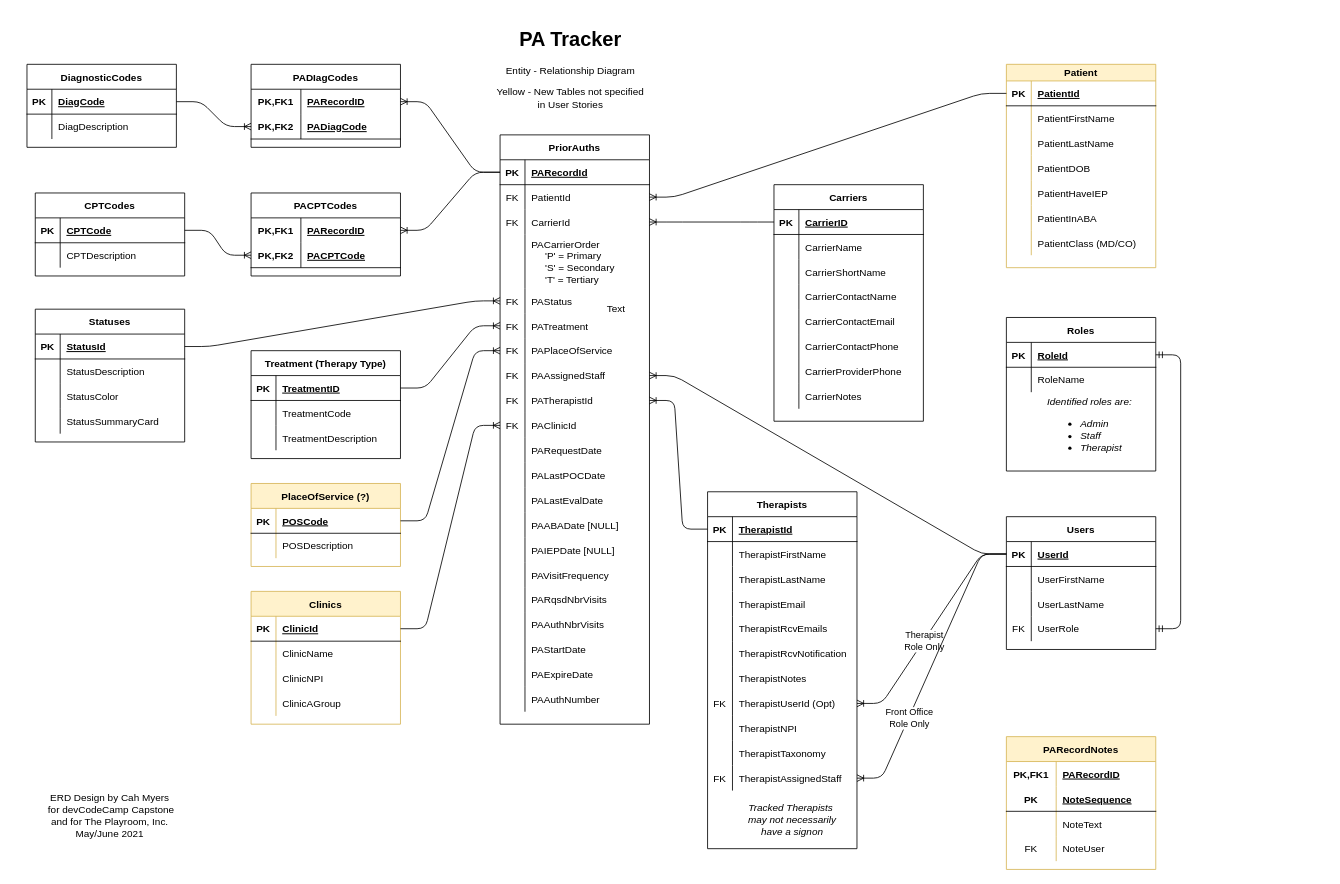
Above: PA_Tracker_Db.drawio in cashmy/PA_Backend (draw.io), before the change. Source tidied: cells renumbered, new cells numbered last; positions are measured from the earlier drawing's top-left corner, leaving out a move shared by most shapes. Both pictures are drawn from the tidied source at 83%, with x=0, y=0 at pixel (14, 22).
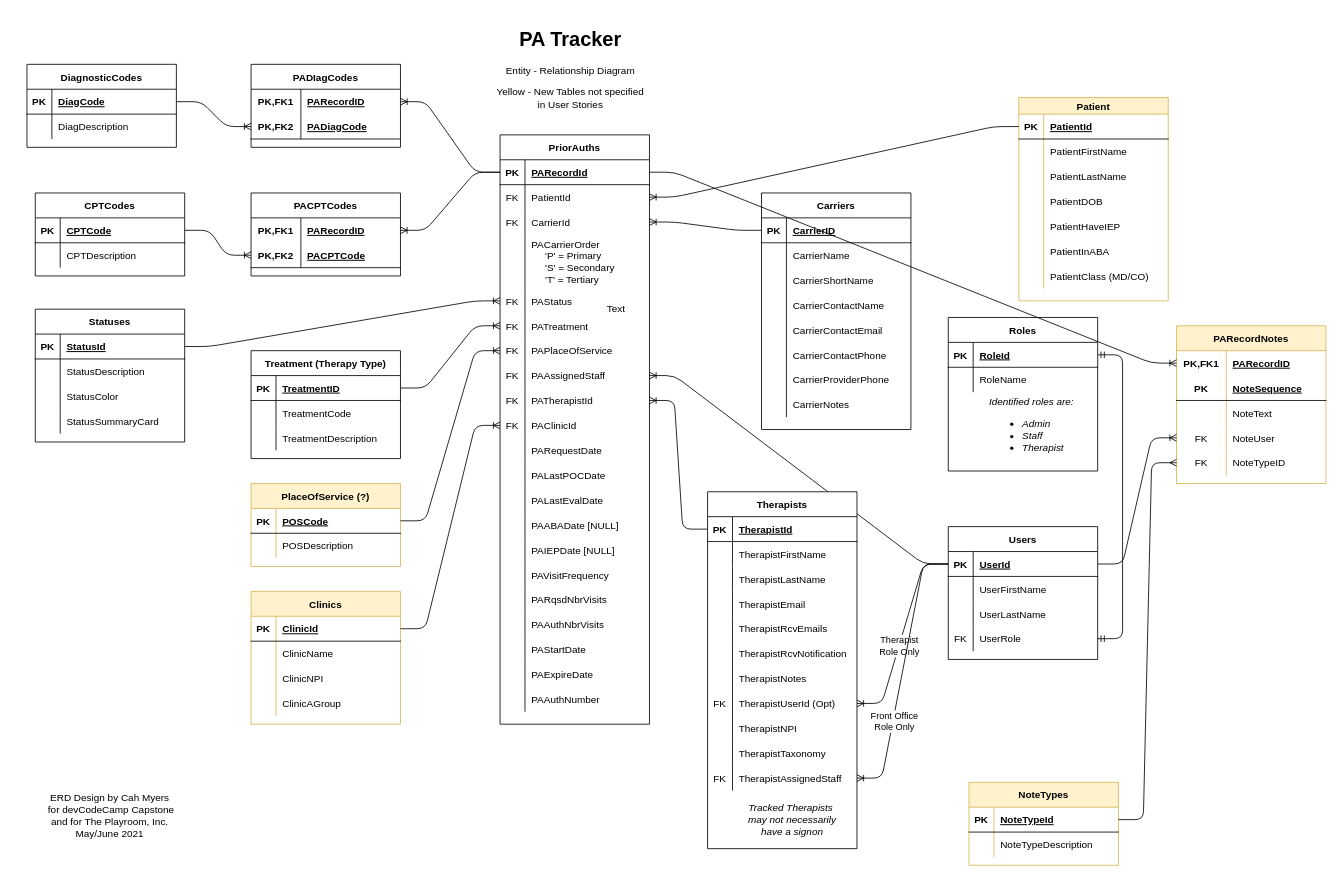
The same diagram, later.

Commit message:
Added Note Types

Unchanged cells that the change refers to:
```xml
<mxCell id="94" style="shape=partialRectangle;fillColor=none;top=0;left=0;bottom=1;right=0;points=[[0,0.5],[1,0.5]];portConstraint=eastwest;" parent="93" vertex="1">
  <mxGeometry y="30" width="180" height="30" as="geometry" />
</mxCell>
<mxCell id="107" style="shape=partialRectangle;fillColor=none;top=0;left=0;bottom=1;right=0;points=[[0,0.5],[1,0.5]];portConstraint=eastwest;" parent="106" vertex="1">
  <mxGeometry y="30" width="180" height="30" as="geometry" />
</mxCell>
<mxCell id="262" style="shape=partialRectangle;fillColor=none;top=0;left=0;bottom=0;right=0;points=[[0,0.5],[1,0.5]];portConstraint=eastwest;" parent="261" vertex="1">
  <mxGeometry y="30" width="180" height="30" as="geometry" />
</mxCell>
<mxCell id="271" style="shape=partialRectangle;fillColor=none;top=0;left=0;bottom=0;right=0;points=[[0,0.5],[1,0.5]];portConstraint=eastwest;" parent="261" vertex="1">
  <mxGeometry y="120" width="180" height="30" as="geometry" />
</mxCell>
```

The edit, as a diff of the source:
```diff
@@
     <mxCell id="26" value="Carriers" style="shape=table;startSize=30;childLayout=tableLayout;rowLines=0;fontStyle=1;align=center;" parent="1" vertex="1">
-      <mxGeometry x="915" y="195" width="180" height="285" as="geometry" />
+      <mxGeometry x="900" y="205" width="180" height="285" as="geometry" />
     </mxCell>
@@
     <mxCell id="51" value="Patient" style="shape=table;startSize=20;childLayout=tableLayout;rowLines=0;fontStyle=1;align=center;fillColor=#fff2cc;strokeColor=#d6b656;" parent="1" vertex="1">
-      <mxGeometry x="1195" y="50" width="180" height="245" as="geometry" />
+      <mxGeometry x="1210" y="90" width="180" height="245" as="geometry" />
     </mxCell>
@@
     <mxCell id="93" value="Users" style="shape=table;startSize=30;childLayout=tableLayout;rowLines=0;fontStyle=1;align=center;" parent="1" vertex="1">
-      <mxGeometry x="1195" y="595" width="180" height="160" as="geometry" />
+      <mxGeometry x="1125" y="607" width="180" height="160" as="geometry" />
     </mxCell>
@@
     <mxCell id="197" style="group;" parent="1" vertex="1">
-      <mxGeometry x="1195" y="355" width="180" height="185" as="geometry" />
+      <mxGeometry x="1125" y="355" width="180" height="185" as="geometry" />
     </mxCell>
@@
     <mxCell id="261" value="PARecordNotes" style="shape=table;startSize=30;childLayout=tableLayout;rowLines=0;fontStyle=1;align=center;fillColor=#fff2cc;strokeColor=#d6b656;" parent="1" vertex="1">
-      <mxGeometry x="1195" y="860" width="180" height="160" as="geometry" />
+      <mxGeometry x="1400" y="365" width="180" height="190" as="geometry" />
     </mxCell>
@@
+    <mxCell id="274" style="shape=partialRectangle;fillColor=none;top=0;left=0;bottom=0;right=0;points=[[0,0.5],[1,0.5]];portConstraint=eastwest;" parent="261" vertex="1">
+      <mxGeometry y="150" width="180" height="30" as="geometry" />
+    </mxCell>
+    <mxCell id="275" value="FK" style="shape=partialRectangle;fillColor=none;top=0;left=0;bottom=0;right=0;overflow=hidden;" parent="274" vertex="1">
+      <mxGeometry width="60" height="30" as="geometry" />
+    </mxCell>
+    <mxCell id="276" value="NoteTypeID" style="shape=partialRectangle;fillColor=none;top=0;left=0;bottom=0;right=0;align=left;spacingLeft=6;overflow=hidden;" parent="274" vertex="1">
+      <mxGeometry x="60" width="120" height="30" as="geometry" />
+    </mxCell>
+    <mxCell id="277" value="NoteTypes" style="shape=table;startSize=30;childLayout=tableLayout;rowLines=0;fontStyle=1;align=center;fillColor=#fff2cc;strokeColor=#d6b656;" parent="1" vertex="1">
+      <mxGeometry x="1150" y="915" width="180" height="100" as="geometry" />
+    </mxCell>
+    <mxCell id="278" style="shape=partialRectangle;fillColor=none;top=0;left=0;bottom=1;right=0;points=[[0,0.5],[1,0.5]];portConstraint=eastwest;" parent="277" vertex="1">
+      <mxGeometry y="30" width="180" height="30" as="geometry" />
+    </mxCell>
+    <mxCell id="279" value="PK" style="shape=partialRectangle;fillColor=none;top=0;left=0;bottom=0;right=0;fontStyle=1;overflow=hidden;" parent="278" vertex="1">
+      <mxGeometry width="30" height="30" as="geometry" />
+    </mxCell>
+    <mxCell id="280" value="NoteTypeId" style="shape=partialRectangle;fillColor=none;top=0;left=0;bottom=0;right=0;align=left;spacingLeft=6;fontStyle=5;overflow=hidden;" parent="278" vertex="1">
+      <mxGeometry x="30" width="150" height="30" as="geometry" />
+    </mxCell>
+    <mxCell id="281" style="shape=partialRectangle;fillColor=none;top=0;left=0;bottom=0;right=0;" parent="277" vertex="1">
+      <mxGeometry y="60" width="180" height="30" as="geometry" />
+    </mxCell>
+    <mxCell id="282" style="shape=partialRectangle;fillColor=none;top=0;left=0;bottom=0;right=0;overflow=hidden;" parent="281" vertex="1">
+      <mxGeometry width="30" height="30" as="geometry" />
+    </mxCell>
+    <mxCell id="283" value="NoteTypeDescription" style="shape=partialRectangle;fillColor=none;top=0;left=0;bottom=0;right=0;align=left;spacingLeft=6;overflow=hidden;" parent="281" vertex="1">
+      <mxGeometry x="30" width="150" height="30" as="geometry" />
+    </mxCell>
+    <mxCell id="284" style="edgeStyle=entityRelationEdgeStyle;fontSize=12;html=1;endArrow=ERmany;exitX=1;exitY=0.5;exitDx=0;exitDy=0;entryX=0;entryY=0.5;entryDx=0;entryDy=0;" parent="1" edge="1" source="278" target="274">
+      <mxGeometry relative="1" as="geometry" />
+    </mxCell>
+    <mxCell id="285" style="edgeStyle=entityRelationEdgeStyle;fontSize=12;html=1;endArrow=ERoneToMany;exitX=1;exitY=0.5;exitDx=0;exitDy=0;entryX=0;entryY=0.5;entryDx=0;entryDy=0;" parent="1" edge="1" source="107" target="262">
+      <mxGeometry relative="1" as="geometry" />
+    </mxCell>
+    <mxCell id="286" style="edgeStyle=entityRelationEdgeStyle;fontSize=12;html=1;endArrow=ERoneToMany;entryX=0;entryY=0.5;entryDx=0;entryDy=0;" parent="1" edge="1" source="94" target="271">
+      <mxGeometry relative="1" as="geometry" />
+    </mxCell>
```
